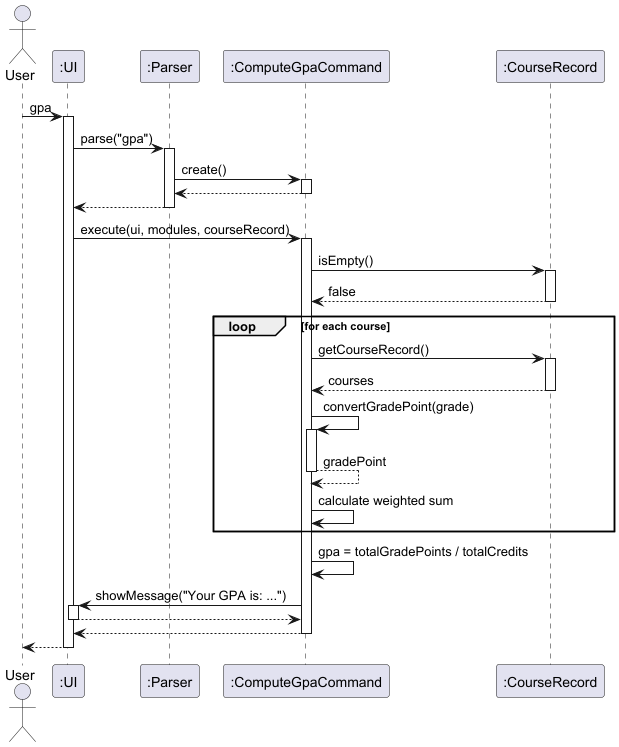
AY2526S1-CS2113-T10-3/tp keeps this PlantUML diagram as docs/diagrams/ComputeGpaSequence.png. Above is the earlier version.
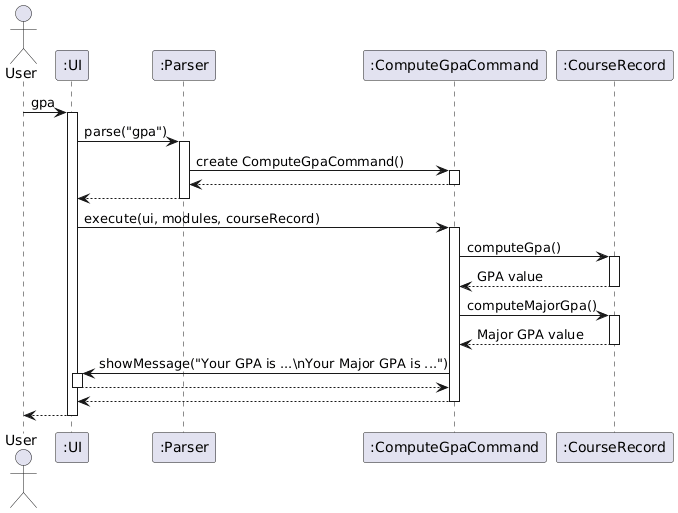
After the change.

What changed in the source:
```diff
@@ -10,7 +10,7 @@
 
 UI -> Parser: parse("gpa")
 activate Parser
-Parser -> GpaCmd: create()
+Parser -> GpaCmd: create ComputeGpaCommand()
 activate GpaCmd
 GpaCmd --> Parser
 deactivate GpaCmd
@@ -20,26 +20,18 @@
 UI -> GpaCmd: execute(ui, modules, courseRecord)
 activate GpaCmd
 
-GpaCmd -> CourseRecord: isEmpty()
+GpaCmd -> CourseRecord: computeGpa()
 activate CourseRecord
-CourseRecord --> GpaCmd: false
+CourseRecord --> GpaCmd: GPA value
 deactivate CourseRecord
 
-loop for each course
-    GpaCmd -> CourseRecord: getCourseRecord()
-    activate CourseRecord
-    CourseRecord --> GpaCmd: courses
-    deactivate CourseRecord
-    GpaCmd -> GpaCmd: convertGradePoint(grade)
-    activate GpaCmd
-    GpaCmd --> GpaCmd: gradePoint
-    deactivate GpaCmd
-    GpaCmd -> GpaCmd: calculate weighted sum
-end
+GpaCmd -> CourseRecord: computeMajorGpa()
+activate CourseRecord
+CourseRecord --> GpaCmd: Major GPA value
+deactivate CourseRecord
 
-GpaCmd -> GpaCmd: gpa = totalGradePoints / totalCredits
+GpaCmd -> UI: showMessage("Your GPA is ...\\nYour Major GPA is ...")
 
-GpaCmd -> UI: showMessage("Your GPA is: ...")
 activate UI
 UI --> GpaCmd
 deactivate UI
@@ -49,5 +41,4 @@
 
 UI --> User
 deactivate UI
-
 @enduml
```
